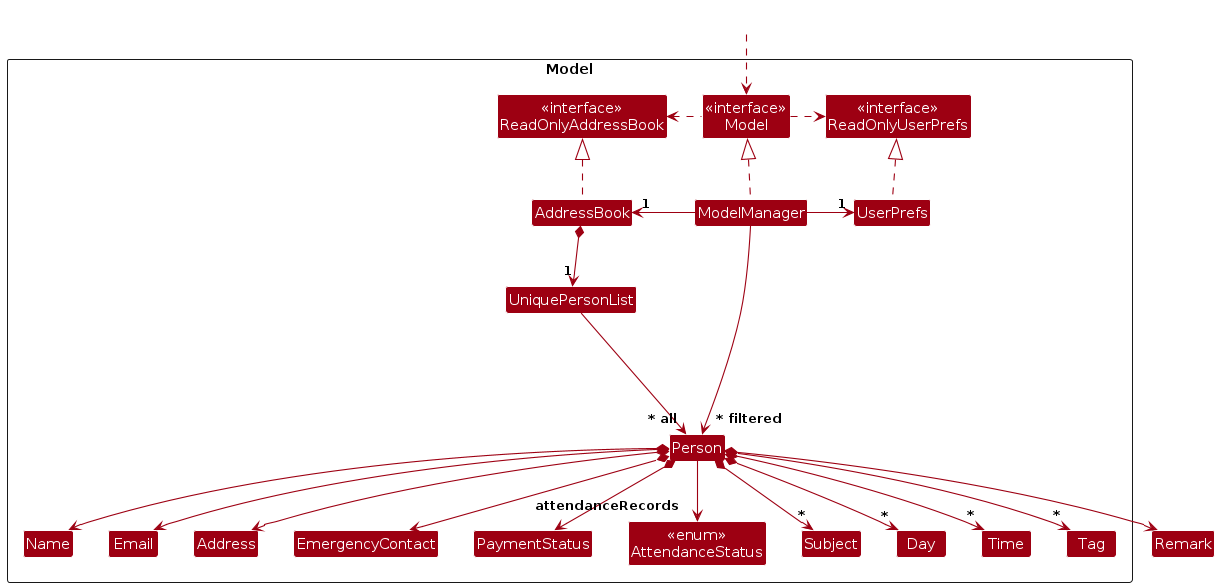
This is diagrams/ModelClassDiagram.png from AY2526S2-CS2103T-T09-2/tp, a PlantUML export, as it was before one commit. Its source is kept beside it as diagrams/ModelClassDiagram.puml.
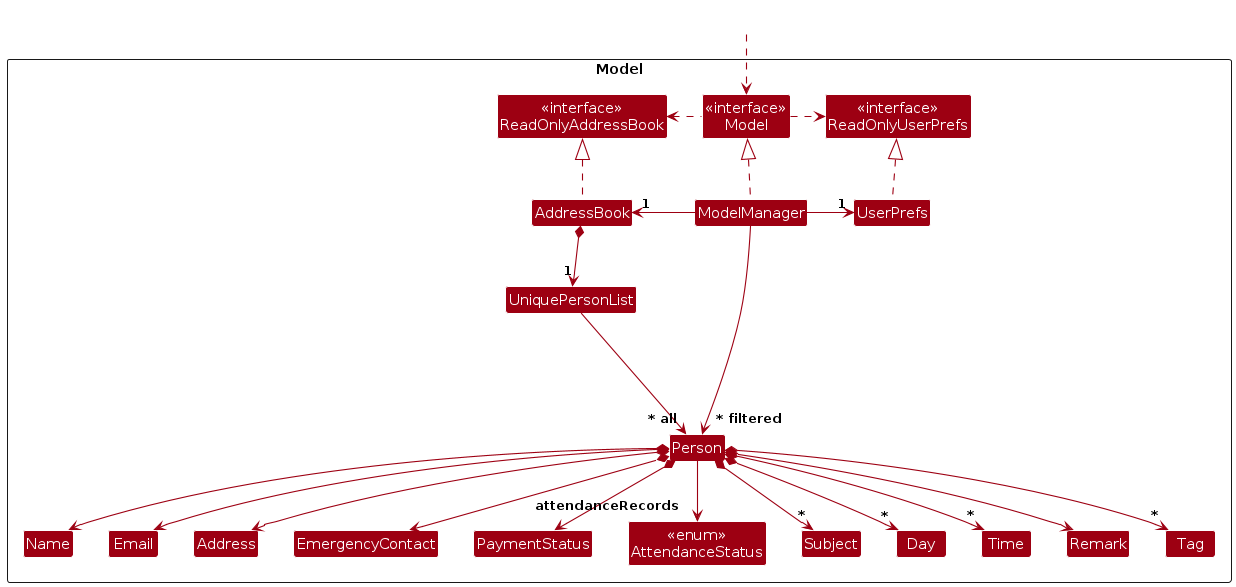
The same file after the commit.

Change to the diagram source:
```diff
@@ -22,6 +22,7 @@
 Class Time
 Class EmergencyContact
 Class PaymentStatus
+Class Remark
 Class "<<enum>>\nAttendanceStatus" as AttendanceStatus
 Class Tag
 
```
